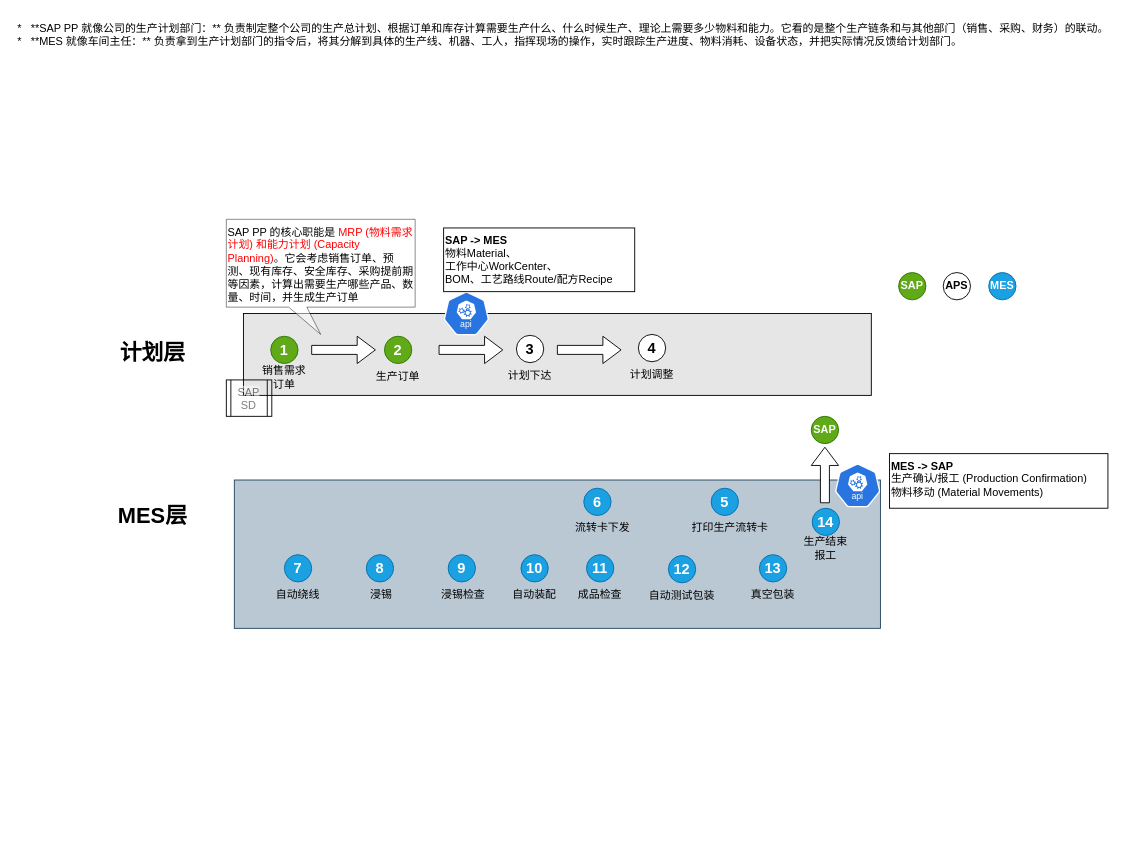
Before: SAP_MES.drawio in CJyoung524/DrawIO, a draw.io diagram. Source tidied: cells renumbered, new cells numbered last; positions are measured from the earlier drawing's top-left corner, leaving out a move shared by most shapes. Both pictures are drawn from the tidied source at 91%, with x=0, y=0 at pixel (15, 15).
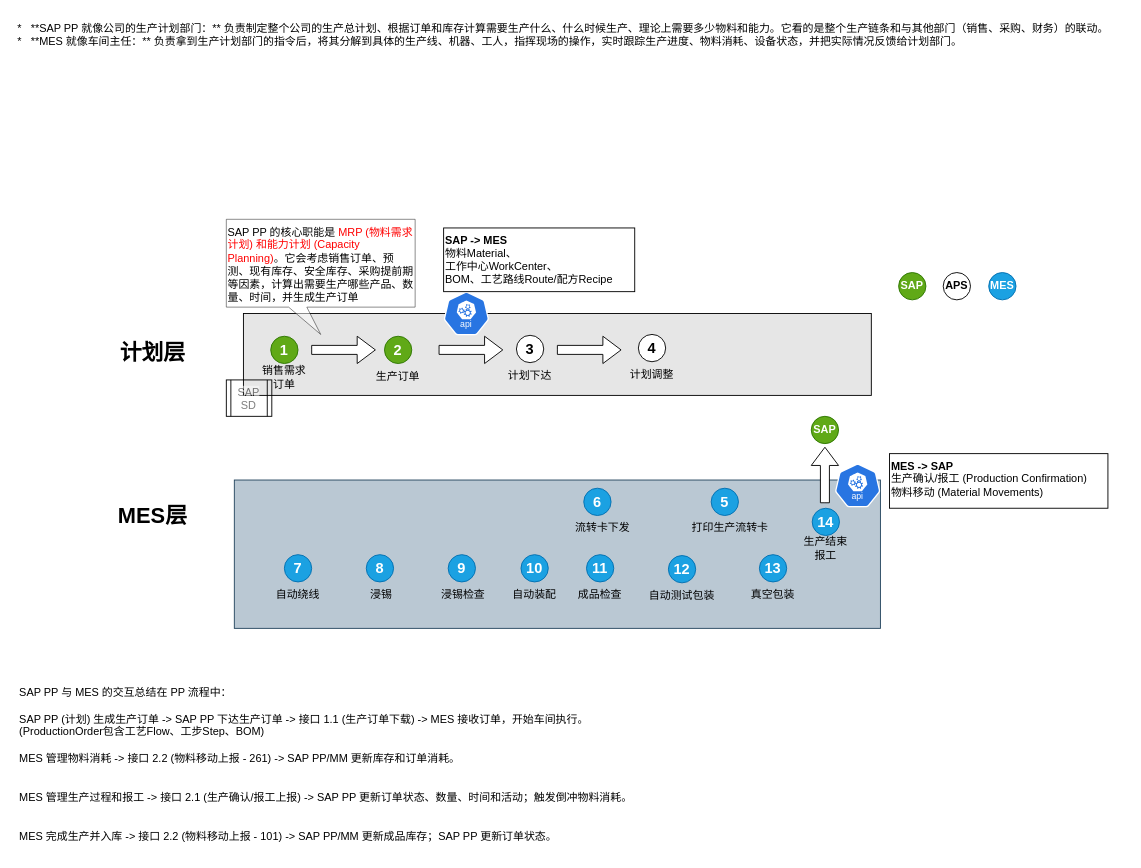
The same diagram, later.

The edit, as a diff of the source:
```diff
@@
+    <mxCell id="75" value="&lt;div&gt;SAP PP 与 MES 的交互总结在 PP 流程中：&lt;/div&gt;&lt;div&gt;&lt;br&gt;&lt;/div&gt;&lt;div&gt;SAP PP (计划) 生成生产订单 -&amp;gt; SAP PP 下达生产订单 -&amp;gt; 接口 1.1 (生产订单下载) -&amp;gt; MES 接收订单，开始车间执行。&lt;/div&gt;&lt;div&gt;(ProductionOrder包含工艺Flow、工步Step、BOM)&lt;/div&gt;&lt;div&gt;&lt;br&gt;&lt;/div&gt;&lt;div&gt;MES 管理物料消耗 -&amp;gt; 接口 2.2 (物料移动上报 - 261) -&amp;gt; SAP PP/MM 更新库存和订单消耗。&lt;/div&gt;&lt;div&gt;&lt;br&gt;&lt;/div&gt;&lt;div&gt;&lt;br&gt;&lt;/div&gt;&lt;div&gt;MES 管理生产过程和报工 -&amp;gt; 接口 2.1 (生产确认/报工上报) -&amp;gt; SAP PP 更新订单状态、数量、时间和活动；触发倒冲物料消耗。&lt;/div&gt;&lt;div&gt;&lt;br&gt;&lt;/div&gt;&lt;div&gt;&lt;br&gt;&lt;/div&gt;&lt;div&gt;MES 完成生产并入库 -&amp;gt; 接口 2.2 (物料移动上报 - 101) -&amp;gt; SAP PP/MM 更新成品库存；SAP PP 更新订单状态。&lt;/div&gt;" style="text;html=1;align=left;verticalAlign=top;strokeColor=none;fillColor=none;" parent="1" vertex="1">
+      <mxGeometry x="2" y="730" width="700" height="190" as="geometry" />
+    </mxCell>
```
